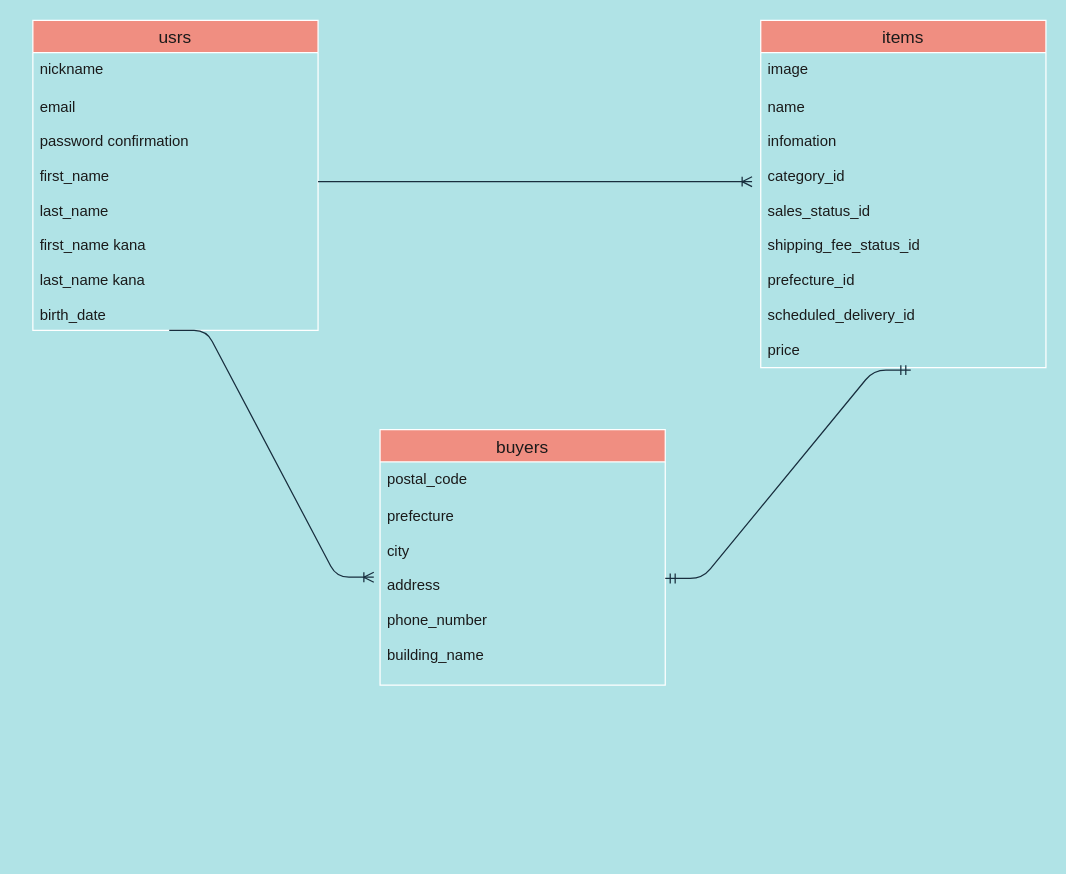
Before: test.dio in brooks-brothers-007/furima-33063, a draw.io diagram. Source tidied: cells renumbered, new cells numbered last; positions are measured from the earlier drawing's top-left corner, leaving out a move shared by most shapes. Both pictures are drawn from the tidied source at 124%, with x=0, y=0 at pixel (32, 20).
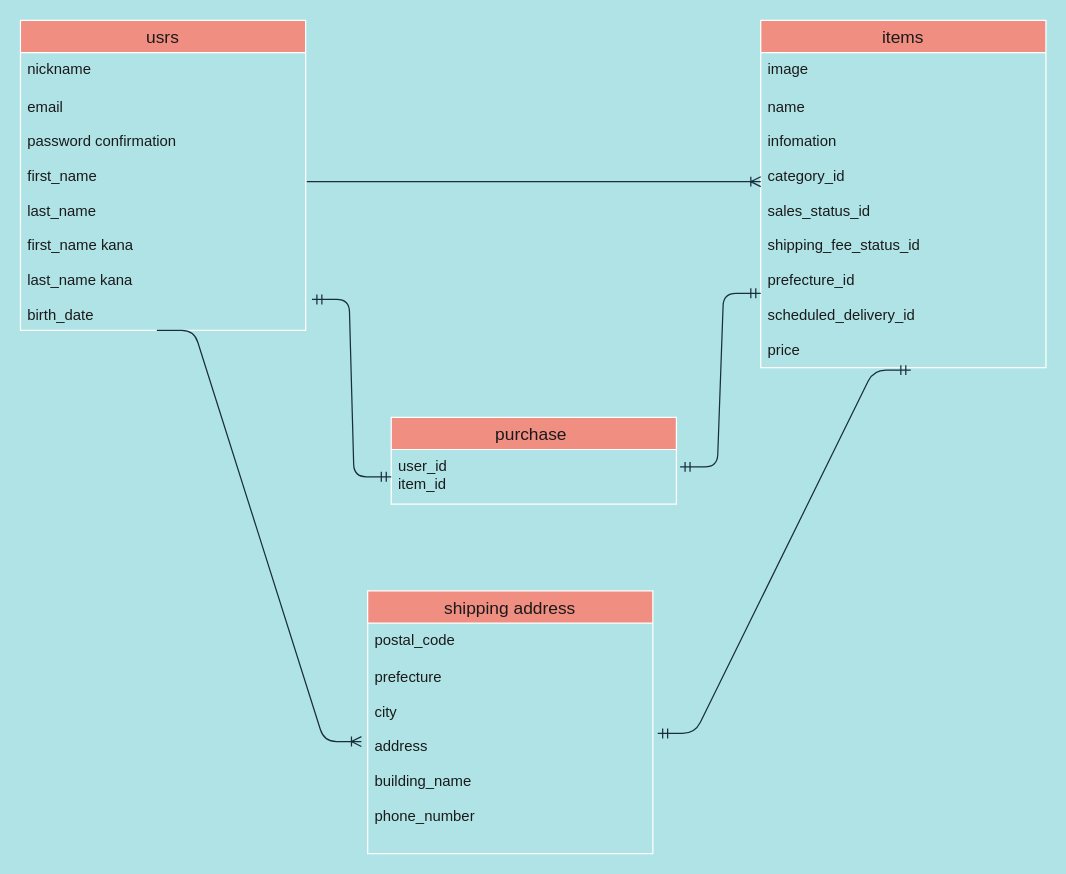
The same page after the edit.

Commit message (it also covers changes not shown here):
データベース設計3

Unchanged cells that the change refers to:
```xml
<mxCell id="5" value=" email &#10;&#10;password confirmation&#10;&#10;first_name&#10;&#10;last_name &#10;&#10;first_name kana&#10;&#10;last_name kana &#10;&#10;birth_date&#10;&#10;&#10;" style="text;strokeColor=none;fillColor=none;spacingLeft=4;spacingRight=4;overflow=hidden;points=[[0,0.5],[1,0.5]];portConstraint=eastwest;fontSize=12;fontColor=#1A1A1A;" parent="3" vertex="1">
  <mxGeometry y="56" width="230" height="194" as="geometry" />
</mxCell>
<mxCell id="8" value="items" style="swimlane;fontStyle=0;horizontal=1;startSize=26;align=center;fontSize=14;fillColor=#F08E81;strokeColor=#FFFFFF;fontColor=#1A1A1A;" parent="1" vertex="1">
  <mxGeometry x="587" width="230" height="280" as="geometry" />
</mxCell>
<mxCell id="10" value="name&#10;&#10;infomation&#10;&#10;category_id &#10;&#10;sales_status_id&#10;&#10;shipping_fee_status_id&#10;&#10;prefecture_id&#10;&#10;scheduled_delivery_id&#10;&#10;price&#10;&#10;&#10;" style="text;strokeColor=none;fillColor=none;spacingLeft=4;spacingRight=4;overflow=hidden;points=[[0,0.5],[1,0.5]];portConstraint=eastwest;fontSize=12;fontColor=#1A1A1A;" parent="8" vertex="1">
  <mxGeometry y="56" width="230" height="224" as="geometry" />
</mxCell>
```

What changed in the source:
```diff
@@
     <mxCell id="3" value="usrs" style="swimlane;fontStyle=0;horizontal=1;startSize=26;align=center;fontSize=14;fillColor=#F08E81;strokeColor=#FFFFFF;fontColor=#1A1A1A;" parent="1" vertex="1">
-      <mxGeometry width="230" height="250" as="geometry" />
+      <mxGeometry x="-10" width="230" height="250" as="geometry" />
     </mxCell>
@@
+    <mxCell id="14" style="edgeStyle=entityRelationEdgeStyle;fontSize=12;html=1;endArrow=ERoneToMany;strokeColor=#182E3E;fontColor=#1A1A1A;labelBackgroundColor=#B0E3E6;exitX=1.004;exitY=0.381;exitDx=0;exitDy=0;exitPerimeter=0;" parent="8" edge="1" source="5">
+      <mxGeometry relative="1" as="geometry">
+        <mxPoint y="130" as="targetPoint" />
+      </mxGeometry>
+    </mxCell>
@@
-    <mxCell id="11" value="buyers" style="swimlane;fontStyle=0;horizontal=1;startSize=26;align=center;fontSize=14;fillColor=#F08E81;strokeColor=#FFFFFF;fontColor=#1A1A1A;" parent="1" vertex="1">
-      <mxGeometry x="280" y="330" width="230" height="206" as="geometry" />
+    <mxCell id="11" value="shipping address" style="swimlane;fontStyle=0;horizontal=1;startSize=26;align=center;fontSize=14;fillColor=#F08E81;strokeColor=#FFFFFF;fontColor=#1A1A1A;" parent="1" vertex="1">
+      <mxGeometry x="270" y="460" width="230" height="212" as="geometry" />
     </mxCell>
@@
-    <mxCell id="13" value="prefecture  &#10;&#10;city&#10;&#10;address&#10;&#10;phone_number &#10;&#10;building_name&#10;&#10;&#10;&#10;&#10;&#10;&#10;&#10;&#10;&#10;&#10;" style="text;strokeColor=none;fillColor=none;spacingLeft=4;spacingRight=4;overflow=hidden;points=[[0,0.5],[1,0.5]];portConstraint=eastwest;fontSize=12;fontColor=#1A1A1A;" parent="11" vertex="1">
-      <mxGeometry y="56" width="230" height="150" as="geometry" />
+    <mxCell id="13" value="prefecture  &#10;&#10;city&#10;&#10;address&#10;&#10;building_name&#10;&#10;phone_number &#10;&#10;&#10;&#10;&#10;&#10;&#10;&#10;&#10;&#10;&#10;&#10;" style="text;strokeColor=none;fillColor=none;spacingLeft=4;spacingRight=4;overflow=hidden;points=[[0,0.5],[1,0.5]];portConstraint=eastwest;fontSize=12;fontColor=#1A1A1A;" parent="11" vertex="1">
+      <mxGeometry y="56" width="230" height="156" as="geometry" />
     </mxCell>
-    <mxCell id="14" style="edgeStyle=entityRelationEdgeStyle;fontSize=12;html=1;endArrow=ERoneToMany;strokeColor=#182E3E;fontColor=#1A1A1A;labelBackgroundColor=#B0E3E6;" parent="1" edge="1">
-      <mxGeometry relative="1" as="geometry">
-        <mxPoint x="230" y="130" as="sourcePoint" />
-        <mxPoint x="580" y="130" as="targetPoint" />
-      </mxGeometry>
-    </mxCell>
-    <mxCell id="15" style="edgeStyle=entityRelationEdgeStyle;fontSize=12;html=1;endArrow=ERmandOne;startArrow=ERmandOne;strokeColor=#182E3E;entryX=0.526;entryY=1.009;entryDx=0;entryDy=0;entryPerimeter=0;" parent="1" edge="1" target="10">
-      <mxGeometry relative="1" as="geometry">
-        <mxPoint x="510" y="450" as="sourcePoint" />
-      </mxGeometry>
+    <mxCell id="15" style="edgeStyle=entityRelationEdgeStyle;fontSize=12;html=1;endArrow=ERmandOne;startArrow=ERmandOne;strokeColor=#182E3E;entryX=0.526;entryY=1.009;entryDx=0;entryDy=0;entryPerimeter=0;exitX=1.017;exitY=0.378;exitDx=0;exitDy=0;exitPerimeter=0;" parent="1" edge="1" source="13" target="10">
+      <mxGeometry relative="1" as="geometry" />
     </mxCell>
+    <mxCell id="16" value="purchase " style="swimlane;fontStyle=0;horizontal=1;startSize=26;align=center;fontSize=14;fillColor=#F08E81;strokeColor=#FFFFFF;fontColor=#1A1A1A;" parent="1" vertex="1">
+      <mxGeometry x="289" y="320" width="230" height="70" as="geometry" />
+    </mxCell>
+    <mxCell id="17" value="user_id&#10;item_id" style="text;strokeColor=none;fillColor=none;spacingLeft=4;spacingRight=4;overflow=hidden;points=[[0,0.5],[1,0.5]];portConstraint=eastwest;fontSize=12;fontColor=#1A1A1A;" parent="16" vertex="1">
+      <mxGeometry y="26" width="230" height="44" as="geometry" />
+    </mxCell>
+    <mxCell id="18" style="edgeStyle=entityRelationEdgeStyle;fontSize=12;html=1;endArrow=ERmandOne;startArrow=ERmandOne;strokeColor=#182E3E;exitX=1.013;exitY=0.318;exitDx=0;exitDy=0;exitPerimeter=0;" parent="1" edge="1" source="17">
+      <mxGeometry relative="1" as="geometry">
+        <mxPoint x="587" y="220" as="targetPoint" />
+      </mxGeometry>
+    </mxCell>
+    <mxCell id="19" style="edgeStyle=entityRelationEdgeStyle;fontSize=12;html=1;endArrow=ERmandOne;startArrow=ERmandOne;strokeColor=#182E3E;entryX=0;entryY=0.5;entryDx=0;entryDy=0;exitX=1.022;exitY=0.871;exitDx=0;exitDy=0;exitPerimeter=0;" parent="1" edge="1" source="5" target="17">
+      <mxGeometry relative="1" as="geometry" />
+    </mxCell>
```
